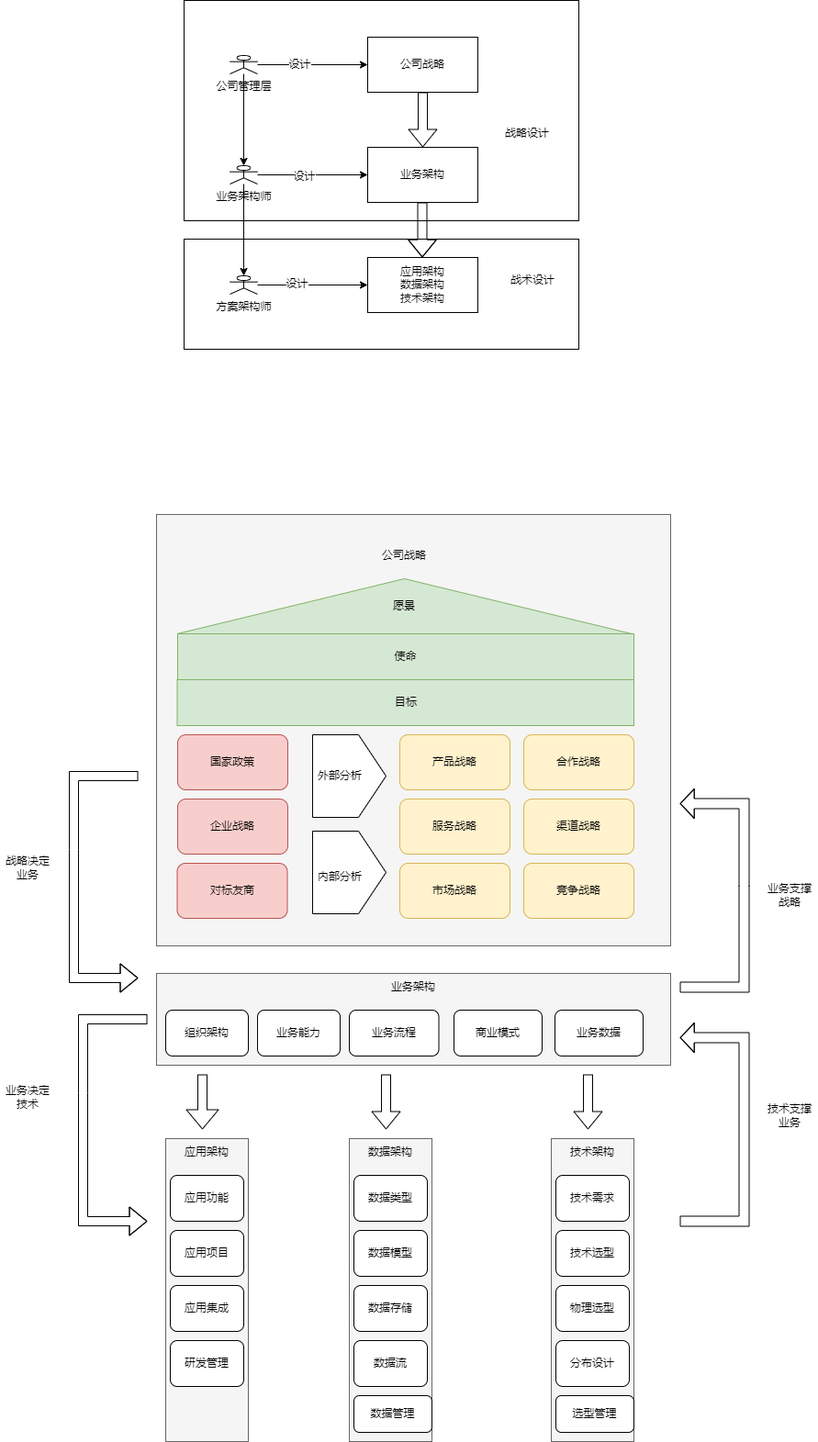
Before: doc/business_architect.png, a diagram exported from draw.io (suibianlx/business_architect). Source tidied: cells renumbered, new cells last; positions are measured from the earlier drawing's top-left corner, leaving out a move shared by most shapes.
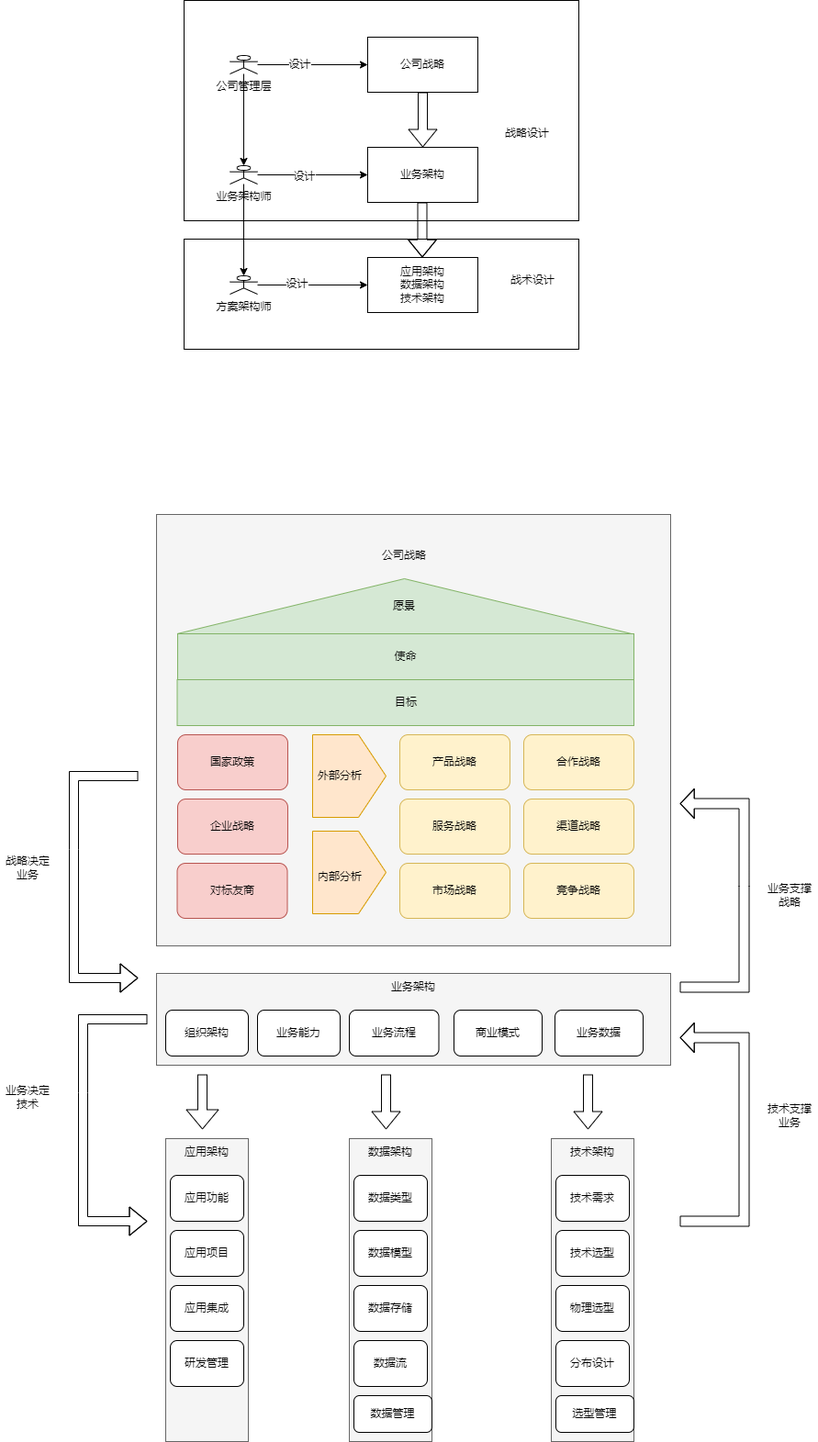
After the change.

What changed in the source:
```diff
@@ -95,10 +95,10 @@
     <mxCell id="30" value="对标友商" style="rounded=1;whiteSpace=wrap;html=1;fillColor=#f8cecc;strokeColor=#b85450;" parent="1" vertex="1">
       <mxGeometry x="192.5" y="940" width="120" height="60" as="geometry" />
     </mxCell>
-    <mxCell id="31" style="shape=offPageConnector;whiteSpace=wrap;html=1;rotation=-90;" parent="1" vertex="1">
+    <mxCell id="31" style="shape=offPageConnector;whiteSpace=wrap;html=1;rotation=-90;fillColor=#ffe6cc;strokeColor=#d79b00;" parent="1" vertex="1">
       <mxGeometry x="335" y="805" width="90" height="80" as="geometry" />
     </mxCell>
-    <mxCell id="32" style="shape=offPageConnector;whiteSpace=wrap;html=1;rotation=-90;" parent="1" vertex="1">
+    <mxCell id="32" style="shape=offPageConnector;whiteSpace=wrap;html=1;rotation=-90;fillColor=#ffe6cc;strokeColor=#d79b00;" parent="1" vertex="1">
       <mxGeometry x="335" y="910" width="90" height="80" as="geometry" />
     </mxCell>
     <mxCell id="33" value="外部分析" style="text;html=1;strokeColor=none;fillColor=none;align=center;verticalAlign=middle;whiteSpace=wrap;rounded=0;" parent="1" vertex="1">
```
